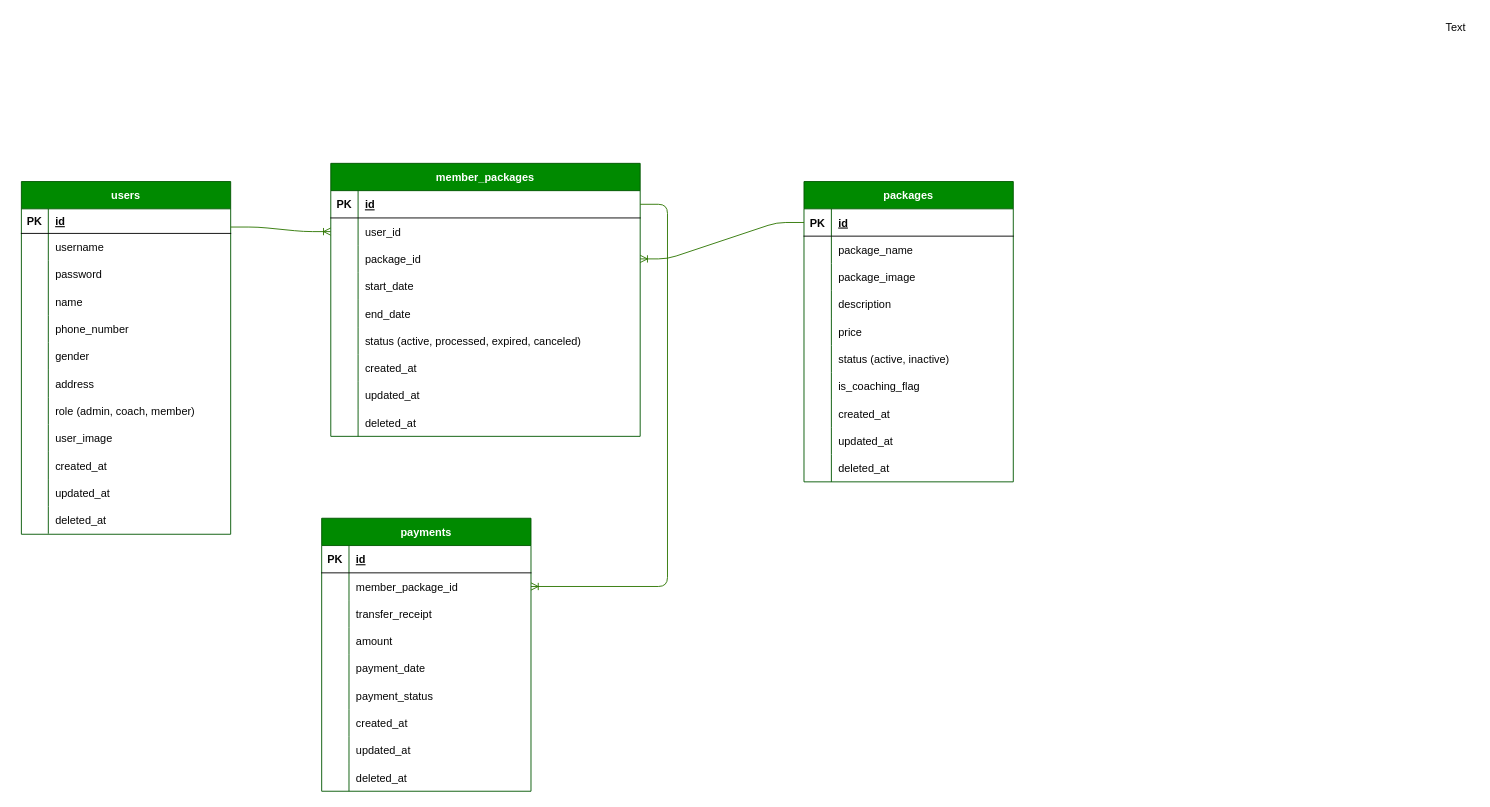
Above: erd.drawio in rahmatadlin/gym_app (draw.io), before the change. Source tidied: cells renumbered, new cells numbered last; positions are measured from the earlier drawing's top-left corner, leaving out a move shared by most shapes. Both pictures are drawn from the tidied source at 91%, with x=0, y=0 at pixel (21, 15).
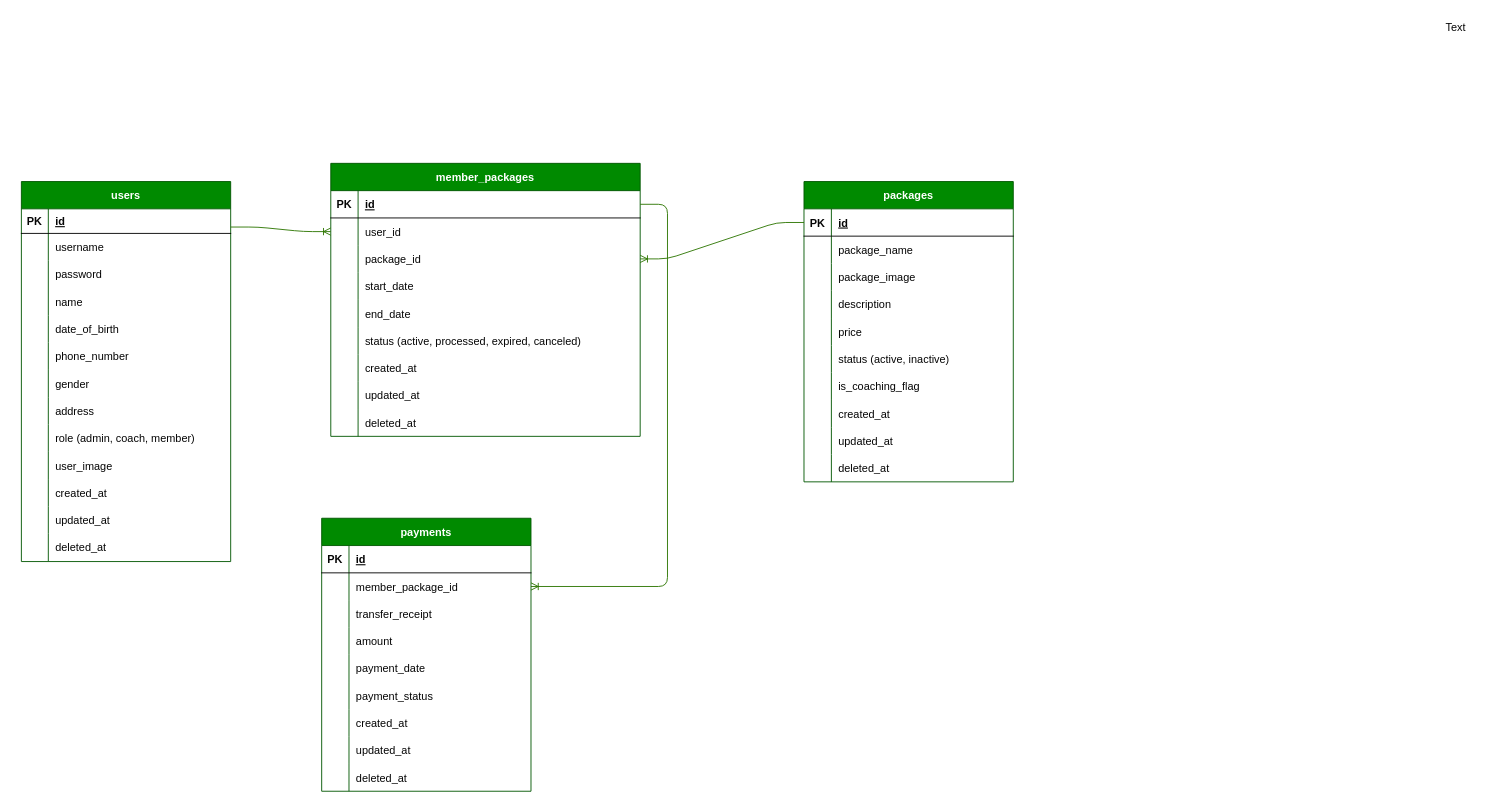
The same page after the edit.

Diff of the diagram source:
```diff
@@
     <mxCell id="2" value="users" style="shape=table;startSize=30;childLayout=tableLayout;rowLines=0;fontStyle=1;align=center;fontColor=#ffffff;fillColor=#008a00;strokeColor=#005700;swimlaneFillColor=none;gradientColor=none;" parent="1" vertex="1">
-      <mxGeometry y="182" width="230" height="387.6" as="geometry" />
+      <mxGeometry y="182" width="230" height="417.6" as="geometry" />
     </mxCell>
@@
+    <mxCell id="130" style="shape=tableRow;horizontal=0;startSize=0;swimlaneHead=0;swimlaneBody=0;fillColor=none;top=0;left=0;right=0;bottom=0;fontColor=#050505;" parent="2" vertex="1">
+      <mxGeometry y="147" width="230" height="30" as="geometry" />
+    </mxCell>
+    <mxCell id="131" style="shape=partialRectangle;fillColor=none;top=0;left=0;bottom=0;right=0;overflow=hidden;fontColor=#050505;" parent="130" vertex="1">
+      <mxGeometry width="29.6" height="30" as="geometry" />
+    </mxCell>
+    <mxCell id="132" value="date_of_birth" style="shape=partialRectangle;fillColor=none;top=0;left=0;bottom=0;right=0;align=left;spacingLeft=6;overflow=hidden;fontColor=#050505;" parent="130" vertex="1">
+      <mxGeometry x="29.6" width="200.4" height="30" as="geometry" />
+    </mxCell>
     <mxCell id="15" style="shape=tableRow;horizontal=0;startSize=0;swimlaneHead=0;swimlaneBody=0;fillColor=none;top=0;left=0;right=0;bottom=0;fontColor=#050505;" parent="2" vertex="1">
-      <mxGeometry y="147" width="230" height="30" as="geometry" />
+      <mxGeometry y="177" width="230" height="30" as="geometry" />
     </mxCell>
@@
     <mxCell id="18" style="shape=tableRow;horizontal=0;startSize=0;swimlaneHead=0;swimlaneBody=0;fillColor=none;top=0;left=0;right=0;bottom=0;fontColor=#050505;" parent="2" vertex="1">
-      <mxGeometry y="177" width="230" height="30" as="geometry" />
+      <mxGeometry y="207" width="230" height="30" as="geometry" />
     </mxCell>
@@
     <mxCell id="21" style="shape=tableRow;horizontal=0;startSize=0;swimlaneHead=0;swimlaneBody=0;fillColor=none;top=0;left=0;right=0;bottom=0;fontColor=#050505;" parent="2" vertex="1">
-      <mxGeometry y="207" width="230" height="30" as="geometry" />
+      <mxGeometry y="237" width="230" height="30" as="geometry" />
     </mxCell>
@@
     <mxCell id="24" style="shape=tableRow;horizontal=0;startSize=0;swimlaneHead=0;swimlaneBody=0;fillColor=none;top=0;left=0;right=0;bottom=0;fontColor=#050505;" parent="2" vertex="1">
-      <mxGeometry y="237" width="230" height="30" as="geometry" />
+      <mxGeometry y="267" width="230" height="30" as="geometry" />
     </mxCell>
@@
     <mxCell id="27" style="shape=tableRow;horizontal=0;startSize=0;swimlaneHead=0;swimlaneBody=0;fillColor=none;top=0;left=0;right=0;bottom=0;fontColor=#050505;" parent="2" vertex="1">
-      <mxGeometry y="267" width="230" height="30" as="geometry" />
+      <mxGeometry y="297" width="230" height="30" as="geometry" />
     </mxCell>
@@
     <mxCell id="30" style="shape=tableRow;horizontal=0;startSize=0;swimlaneHead=0;swimlaneBody=0;fillColor=none;top=0;left=0;right=0;bottom=0;fontColor=#050505;" parent="2" vertex="1">
-      <mxGeometry y="297" width="230" height="30" as="geometry" />
+      <mxGeometry y="327" width="230" height="30" as="geometry" />
     </mxCell>
@@
     <mxCell id="33" style="shape=tableRow;horizontal=0;startSize=0;swimlaneHead=0;swimlaneBody=0;fillColor=none;top=0;left=0;right=0;bottom=0;fontColor=#050505;" parent="2" vertex="1">
-      <mxGeometry y="327" width="230" height="30" as="geometry" />
+      <mxGeometry y="357" width="230" height="30" as="geometry" />
     </mxCell>
@@
     <mxCell id="36" style="shape=tableRow;horizontal=0;startSize=0;swimlaneHead=0;swimlaneBody=0;fillColor=none;top=0;left=0;right=0;bottom=0;fontColor=#050505;" parent="2" vertex="1">
-      <mxGeometry y="357" width="230" height="30" as="geometry" />
+      <mxGeometry y="387" width="230" height="30" as="geometry" />
     </mxCell>
```
